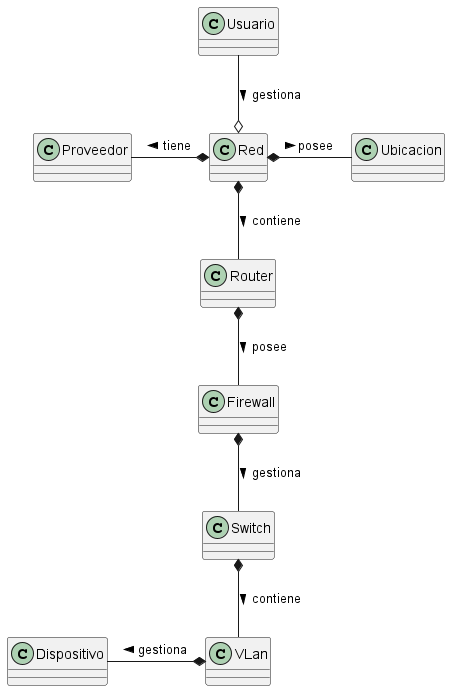
Above: 000-entregas/modeloDeDominio/ModeloDeDominio.png in mmasias/IdSw1-22-23 (PlantUML), before the change. The source it was exported from:
```plantuml
@startuml ModeloDeDominio
class Usuario
class Red
class Router
class Ubicacion
class Firewall
class Switch
class Dispositivo

Usuario --o Red : gestiona >


Red *-r- Ubicacion : posee >
Red *-- Router : contiene >

Red *-l- Proveedor : tiene >

Router *-- Firewall : posee >
Firewall *-- Switch : gestiona >

Switch *-- VLan : contiene >
VLan *-l- Dispositivo : gestiona >


@enduml
```
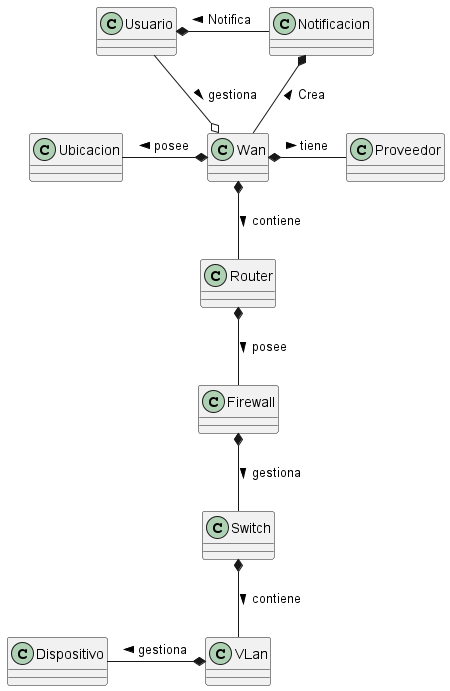
The same diagram one commit later.

Diff of the diagram source:
```diff
@@ -1,19 +1,22 @@
 @startuml ModeloDeDominio
 class Usuario
-class Red
+class Wan
 class Router
 class Ubicacion
 class Firewall
 class Switch
 class Dispositivo
+class Notificacion
 
-Usuario --o Red : gestiona >
+Usuario --o Wan : gestiona >
 
 
-Red *-r- Ubicacion : posee >
-Red *-- Router : contiene >
+Wan *-l- Ubicacion : posee >
+Wan *-r- Proveedor : tiene >
+Wan *-- Router : contiene >
 
-Red *-l- Proveedor : tiene >
+Notificacion -l-* Usuario : Notifica >
+Notificacion *-- Wan : Crea <
 
 Router *-- Firewall : posee >
 Firewall *-- Switch : gestiona >
```
